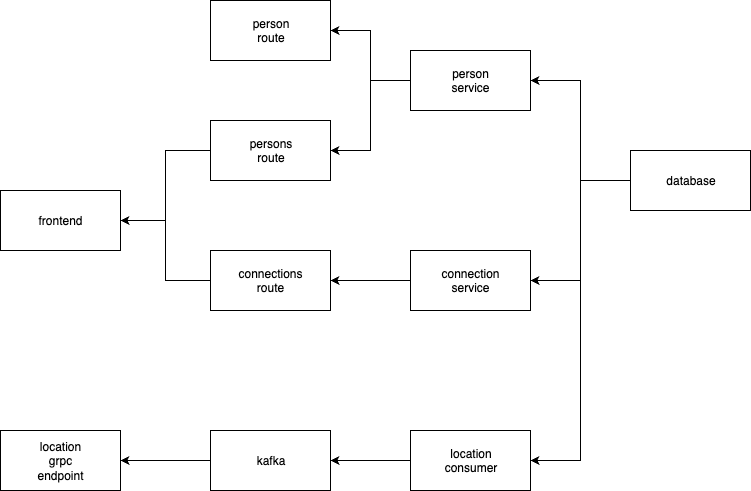
takahiro-impara/nd064-c2-message-passing-projects-starter keeps this draw.io diagram as docs/architecture_design.png. Above is the earlier version. Source tidied: cells renumbered, new cells last; positions are measured from the earlier drawing's top-left corner, leaving out a move shared by most shapes.
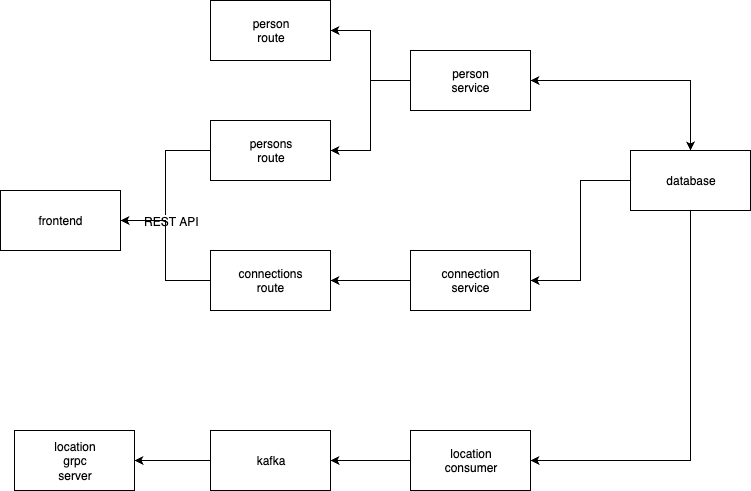
After the commit.

Change to the diagram source:
```diff
@@ -8,6 +8,11 @@
     <mxCell id="3" style="edgeStyle=orthogonalEdgeStyle;rounded=0;jettySize=auto;html=1;entryX=1;entryY=0.5;entryDx=0;entryDy=0;" parent="1" edge="1" source="4" target="2">
       <mxGeometry relative="1" as="geometry" />
     </mxCell>
+    <mxCell id="22" value="REST API" style="text;html=1;align=center;verticalAlign=middle;labelBackgroundColor=#ffffff;" parent="3" vertex="1">
+      <mxGeometry x="-0.44" y="14" relative="1" as="geometry">
+        <mxPoint x="-9" y="70" as="offset" />
+      </mxGeometry>
+    </mxCell>
     <mxCell id="4" value="persons&lt;br&gt;route" style="rounded=0;whiteSpace=wrap;html=1;" parent="1" vertex="1">
       <mxGeometry x="210" y="120" width="120" height="60" as="geometry" />
     </mxCell>
@@ -35,32 +40,32 @@
     <mxCell id="12" value="connection&lt;br&gt;service" style="rounded=0;whiteSpace=wrap;html=1;" parent="1" vertex="1">
       <mxGeometry x="410" y="250" width="120" height="60" as="geometry" />
     </mxCell>
-    <mxCell id="13" style="edgeStyle=orthogonalEdgeStyle;rounded=0;jettySize=auto;html=1;entryX=1;entryY=0.5;entryDx=0;entryDy=0;" parent="1" edge="1" source="16" target="10">
+    <mxCell id="13" style="edgeStyle=orthogonalEdgeStyle;rounded=0;jettySize=auto;html=1;entryX=1;entryY=0.5;entryDx=0;entryDy=0;exitX=0.5;exitY=0;exitDx=0;exitDy=0;startArrow=classic;startFill=1;" parent="1" edge="1" source="16" target="10">
       <mxGeometry relative="1" as="geometry" />
     </mxCell>
     <mxCell id="14" style="edgeStyle=orthogonalEdgeStyle;rounded=0;jettySize=auto;html=1;entryX=1;entryY=0.5;entryDx=0;entryDy=0;" parent="1" edge="1" source="16" target="12">
       <mxGeometry relative="1" as="geometry" />
     </mxCell>
-    <mxCell id="15" style="edgeStyle=orthogonalEdgeStyle;rounded=0;jettySize=auto;html=1;entryX=1;entryY=0.5;entryDx=0;entryDy=0;" parent="1" edge="1" source="16" target="18">
-      <mxGeometry relative="1" as="geometry" />
-    </mxCell>
     <mxCell id="16" value="database" style="rounded=0;whiteSpace=wrap;html=1;" parent="1" vertex="1">
       <mxGeometry x="630" y="150" width="120" height="60" as="geometry" />
     </mxCell>
-    <mxCell id="17" style="edgeStyle=orthogonalEdgeStyle;rounded=0;jettySize=auto;html=1;" parent="1" edge="1" source="18" target="20">
-      <mxGeometry relative="1" as="geometry" />
-    </mxCell>
+    <mxCell id="23" style="edgeStyle=orthogonalEdgeStyle;rounded=0;jettySize=auto;html=1;entryX=0.5;entryY=1;entryDx=0;entryDy=0;startArrow=classic;startFill=1;endArrow=none;endFill=0;" parent="1" edge="1" source="18" target="16">
+      <mxGeometry relative="1" as="geometry" />
+    </mxCell>
     <mxCell id="18" value="location&lt;br&gt;consumer" style="rounded=0;whiteSpace=wrap;html=1;" parent="1" vertex="1">
       <mxGeometry x="410" y="430" width="120" height="60" as="geometry" />
     </mxCell>
-    <mxCell id="19" style="edgeStyle=orthogonalEdgeStyle;rounded=0;jettySize=auto;html=1;entryX=1;entryY=0.5;entryDx=0;entryDy=0;" parent="1" edge="1" source="20" target="21">
-      <mxGeometry relative="1" as="geometry" />
-    </mxCell>
+    <mxCell id="24" style="edgeStyle=orthogonalEdgeStyle;rounded=0;jettySize=auto;html=1;startArrow=classic;startFill=1;endArrow=none;endFill=0;" parent="1" edge="1" source="20" target="18">
+      <mxGeometry relative="1" as="geometry" />
+    </mxCell>
     <mxCell id="20" value="kafka" style="rounded=0;whiteSpace=wrap;html=1;" parent="1" vertex="1">
       <mxGeometry x="210" y="430" width="120" height="60" as="geometry" />
     </mxCell>
+    <mxCell id="25" style="edgeStyle=orthogonalEdgeStyle;rounded=0;jettySize=auto;html=1;exitX=1;exitY=0.5;exitDx=0;exitDy=0;entryX=0;entryY=0.5;entryDx=0;entryDy=0;endArrow=none;endFill=0;startArrow=classic;startFill=1;" parent="1" edge="1" source="21" target="20">
+      <mxGeometry relative="1" as="geometry" />
+    </mxCell>
-    <mxCell id="21" value="location&lt;br&gt;grpc&lt;br&gt;endpoint" style="rounded=0;whiteSpace=wrap;html=1;" parent="1" vertex="1">
-      <mxGeometry y="430" width="120" height="60" as="geometry" />
+    <mxCell id="21" value="location&lt;br&gt;grpc&lt;br&gt;server" style="rounded=0;whiteSpace=wrap;html=1;" parent="1" vertex="1">
+      <mxGeometry x="14" y="430" width="120" height="60" as="geometry" />
     </mxCell>
   </root>
 </mxGraphModel>
```
